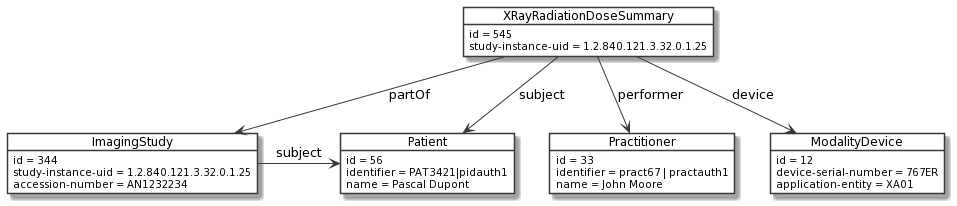
Before: input/images/example2.png, a diagram exported from PlantUML (HL7/fhir-radiation-dose-summary-ig). The source it was exported from:
```plantuml
@startuml
skinparam monochrome true

object  XRayRadiationDoseSummary #white {
  id = 545
  study-instance-uid = 1.2.840.121.3.32.0.1.25
}

object  Patient #white {
  id = 56
  identifier = PAT3421|pidauth1
  name = Pascal Dupont
}

object  ImagingStudy #white {
  id = 344
  study-instance-uid = 1.2.840.121.3.32.0.1.25
  accession-number = AN1232234
}

object  Practitioner #white {
  id = 33
  identifier = pract67 | practauth1
  name = John Moore
}

object  ModalityDevice #white {
  id = 12
  device-serial-number = 767ER
  application-entity = XA01
}


XRayRadiationDoseSummary -d-> Patient : "subject"
XRayRadiationDoseSummary -d-> ImagingStudy : "partOf"
XRayRadiationDoseSummary -d-> Practitioner : "performer"
XRayRadiationDoseSummary -d-> ModalityDevice : "device"
ImagingStudy -> Patient : "subject"
@enduml
```
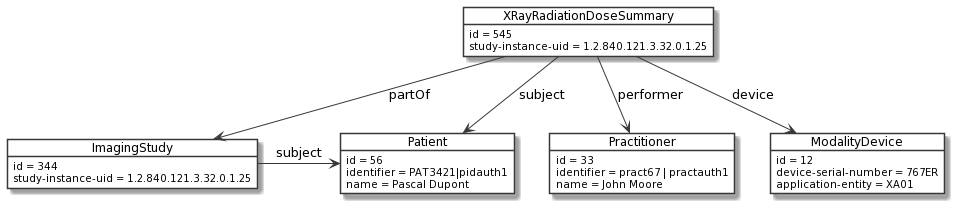
The same diagram one commit later.

Diff of the diagram source:
```diff
@@ -15,7 +15,6 @@
 object  ImagingStudy #white {
   id = 344
   study-instance-uid = 1.2.840.121.3.32.0.1.25
-  accession-number = AN1232234
 }
 
 object  Practitioner #white {
```
